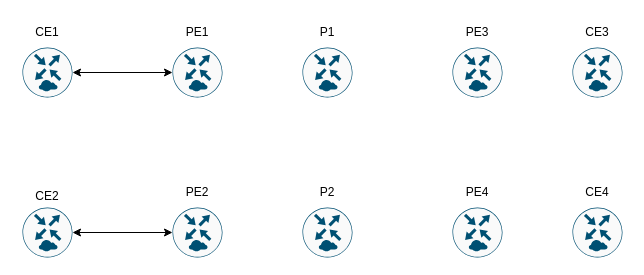
Earlier version of the draw.io diagram MPLS.drawio (vxmaster/CML). Source tidied: cells renumbered, new cells numbered last; positions are measured from the earlier drawing's top-left corner, leaving out a move shared by most shapes. Both pictures are drawn from the tidied source at 100%, with x=0, y=0 at pixel (17, 17).
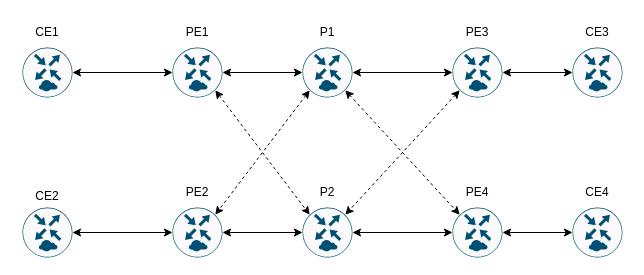
Above is the later version.

The change refers to these unchanged cells:
```xml
<mxCell id="8" style="sketch=0;points=[[0.5,0,0],[1,0.5,0],[0.5,1,0],[0,0.5,0],[0.145,0.145,0],[0.8555,0.145,0],[0.855,0.8555,0],[0.145,0.855,0]];verticalLabelPosition=bottom;html=1;verticalAlign=top;align=center;shape=mxgraph.cisco19.rect;prIcon=csr_1000v;fillColor=#FAFAFA;strokeColor=#005073;" parent="7" vertex="1">
  <mxGeometry x="5" y="30" width="50" height="50" as="geometry" />
</mxCell>
<mxCell id="14" style="sketch=0;points=[[0.5,0,0],[1,0.5,0],[0.5,1,0],[0,0.5,0],[0.145,0.145,0],[0.8555,0.145,0],[0.855,0.8555,0],[0.145,0.855,0]];verticalLabelPosition=bottom;html=1;verticalAlign=top;align=center;shape=mxgraph.cisco19.rect;prIcon=csr_1000v;fillColor=#FAFAFA;strokeColor=#005073;" parent="13" vertex="1">
  <mxGeometry x="5" y="30" width="50" height="50" as="geometry" />
</mxCell>
<mxCell id="17" style="sketch=0;points=[[0.5,0,0],[1,0.5,0],[0.5,1,0],[0,0.5,0],[0.145,0.145,0],[0.8555,0.145,0],[0.855,0.8555,0],[0.145,0.855,0]];verticalLabelPosition=bottom;html=1;verticalAlign=top;align=center;shape=mxgraph.cisco19.rect;prIcon=csr_1000v;fillColor=#FAFAFA;strokeColor=#005073;" parent="16" vertex="1">
  <mxGeometry x="5" y="30" width="50" height="50" as="geometry" />
</mxCell>
<mxCell id="20" style="sketch=0;points=[[0.5,0,0],[1,0.5,0],[0.5,1,0],[0,0.5,0],[0.145,0.145,0],[0.8555,0.145,0],[0.855,0.8555,0],[0.145,0.855,0]];verticalLabelPosition=bottom;html=1;verticalAlign=top;align=center;shape=mxgraph.cisco19.rect;prIcon=csr_1000v;fillColor=#FAFAFA;strokeColor=#005073;" parent="19" vertex="1">
  <mxGeometry x="5" y="30" width="50" height="50" as="geometry" />
</mxCell>
<mxCell id="23" style="sketch=0;points=[[0.5,0,0],[1,0.5,0],[0.5,1,0],[0,0.5,0],[0.145,0.145,0],[0.8555,0.145,0],[0.855,0.8555,0],[0.145,0.855,0]];verticalLabelPosition=bottom;html=1;verticalAlign=top;align=center;shape=mxgraph.cisco19.rect;prIcon=csr_1000v;fillColor=#FAFAFA;strokeColor=#005073;" parent="22" vertex="1">
  <mxGeometry x="5" y="30" width="50" height="50" as="geometry" />
</mxCell>
<mxCell id="26" style="sketch=0;points=[[0.5,0,0],[1,0.5,0],[0.5,1,0],[0,0.5,0],[0.145,0.145,0],[0.8555,0.145,0],[0.855,0.8555,0],[0.145,0.855,0]];verticalLabelPosition=bottom;html=1;verticalAlign=top;align=center;shape=mxgraph.cisco19.rect;prIcon=csr_1000v;fillColor=#FAFAFA;strokeColor=#005073;" parent="25" vertex="1">
  <mxGeometry x="5" y="30" width="50" height="50" as="geometry" />
</mxCell>
<mxCell id="29" style="sketch=0;points=[[0.5,0,0],[1,0.5,0],[0.5,1,0],[0,0.5,0],[0.145,0.145,0],[0.8555,0.145,0],[0.855,0.8555,0],[0.145,0.855,0]];verticalLabelPosition=bottom;html=1;verticalAlign=top;align=center;shape=mxgraph.cisco19.rect;prIcon=csr_1000v;fillColor=#FAFAFA;strokeColor=#005073;" parent="28" vertex="1">
  <mxGeometry x="5" y="30" width="50" height="50" as="geometry" />
</mxCell>
<mxCell id="32" style="sketch=0;points=[[0.5,0,0],[1,0.5,0],[0.5,1,0],[0,0.5,0],[0.145,0.145,0],[0.8555,0.145,0],[0.855,0.8555,0],[0.145,0.855,0]];verticalLabelPosition=bottom;html=1;verticalAlign=top;align=center;shape=mxgraph.cisco19.rect;prIcon=csr_1000v;fillColor=#FAFAFA;strokeColor=#005073;" parent="31" vertex="1">
  <mxGeometry x="5" y="30" width="50" height="50" as="geometry" />
</mxCell>
```

Diff of the diagram source:
```diff
@@
+    <mxCell id="34" style="endArrow=classic;startArrow=classic;html=1;rounded=0;entryX=1;entryY=0.5;entryDx=0;entryDy=0;entryPerimeter=0;exitX=0;exitY=0.5;exitDx=0;exitDy=0;exitPerimeter=0;" parent="1" edge="1" source="32" target="8">
+      <mxGeometry relative="1" as="geometry" />
+    </mxCell>
+    <mxCell id="35" style="endArrow=classic;startArrow=classic;html=1;rounded=0;entryX=1;entryY=0.5;entryDx=0;entryDy=0;entryPerimeter=0;exitX=0;exitY=0.5;exitDx=0;exitDy=0;exitPerimeter=0;" parent="1" edge="1" source="17" target="14">
+      <mxGeometry relative="1" as="geometry" />
+    </mxCell>
+    <mxCell id="36" style="endArrow=classic;startArrow=classic;html=1;rounded=0;entryX=0;entryY=0.5;entryDx=0;entryDy=0;entryPerimeter=0;exitX=1;exitY=0.5;exitDx=0;exitDy=0;exitPerimeter=0;" parent="1" edge="1" source="17" target="20">
+      <mxGeometry relative="1" as="geometry" />
+    </mxCell>
+    <mxCell id="37" style="endArrow=classic;startArrow=classic;html=1;rounded=0;entryX=0;entryY=0.5;entryDx=0;entryDy=0;entryPerimeter=0;exitX=1;exitY=0.5;exitDx=0;exitDy=0;exitPerimeter=0;" parent="1" edge="1" source="32" target="29">
+      <mxGeometry relative="1" as="geometry" />
+    </mxCell>
+    <mxCell id="38" style="endArrow=classic;startArrow=classic;html=1;rounded=0;entryX=0;entryY=0.5;entryDx=0;entryDy=0;entryPerimeter=0;exitX=1;exitY=0.5;exitDx=0;exitDy=0;exitPerimeter=0;" parent="1" edge="1" source="20" target="23">
+      <mxGeometry relative="1" as="geometry" />
+    </mxCell>
+    <mxCell id="39" style="endArrow=classic;startArrow=classic;html=1;rounded=0;entryX=0;entryY=0.5;entryDx=0;entryDy=0;entryPerimeter=0;exitX=1;exitY=0.5;exitDx=0;exitDy=0;exitPerimeter=0;" parent="1" edge="1" source="29" target="26">
+      <mxGeometry relative="1" as="geometry" />
+    </mxCell>
+    <mxCell id="40" style="endArrow=classic;startArrow=classic;html=1;rounded=0;dashed=1;exitX=0.855;exitY=0.8555;exitDx=0;exitDy=0;exitPerimeter=0;entryX=0.145;entryY=0.145;entryDx=0;entryDy=0;entryPerimeter=0;" parent="1" edge="1" source="8" target="17">
+      <mxGeometry relative="1" as="geometry" />
+    </mxCell>
+    <mxCell id="41" style="endArrow=classic;startArrow=classic;html=1;rounded=0;dashed=1;exitX=0.145;exitY=0.855;exitDx=0;exitDy=0;exitPerimeter=0;entryX=0.8555;entryY=0.145;entryDx=0;entryDy=0;entryPerimeter=0;" parent="1" edge="1" source="32" target="14">
+      <mxGeometry relative="1" as="geometry" />
+    </mxCell>
+    <mxCell id="42" style="endArrow=classic;startArrow=classic;html=1;rounded=0;dashed=1;exitX=0.855;exitY=0.8555;exitDx=0;exitDy=0;exitPerimeter=0;entryX=0.145;entryY=0.145;entryDx=0;entryDy=0;entryPerimeter=0;" parent="1" edge="1" source="32" target="20">
+      <mxGeometry relative="1" as="geometry" />
+    </mxCell>
+    <mxCell id="43" style="endArrow=classic;startArrow=classic;html=1;rounded=0;dashed=1;exitX=0.145;exitY=0.855;exitDx=0;exitDy=0;exitPerimeter=0;entryX=0.8555;entryY=0.145;entryDx=0;entryDy=0;entryPerimeter=0;" parent="1" edge="1" source="29" target="17">
+      <mxGeometry relative="1" as="geometry" />
+    </mxCell>
```
